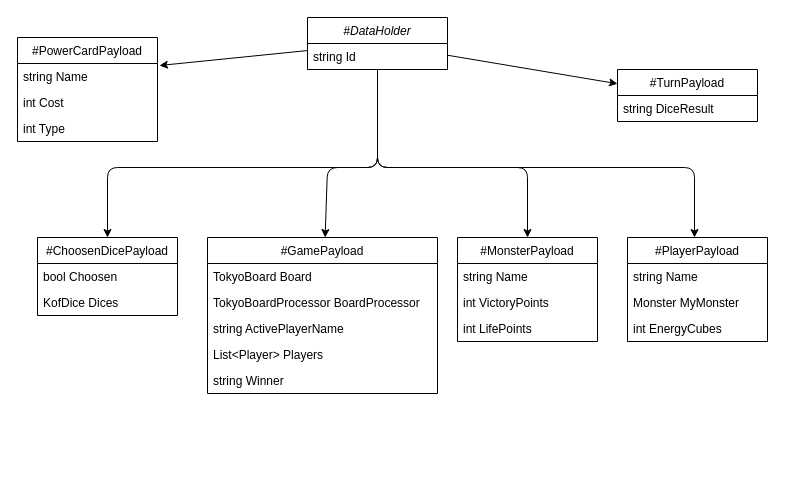
The draw.io diagram KOF/Game/ModelsPayload.dio in fjprog102/latamat02, before the edit. Source tidied: cells renumbered, new cells numbered last; positions are measured from the earlier drawing's top-left corner, leaving out a move shared by most shapes. Both pictures are drawn from the tidied source at 100%, with x=0, y=0 at pixel (17, 17).
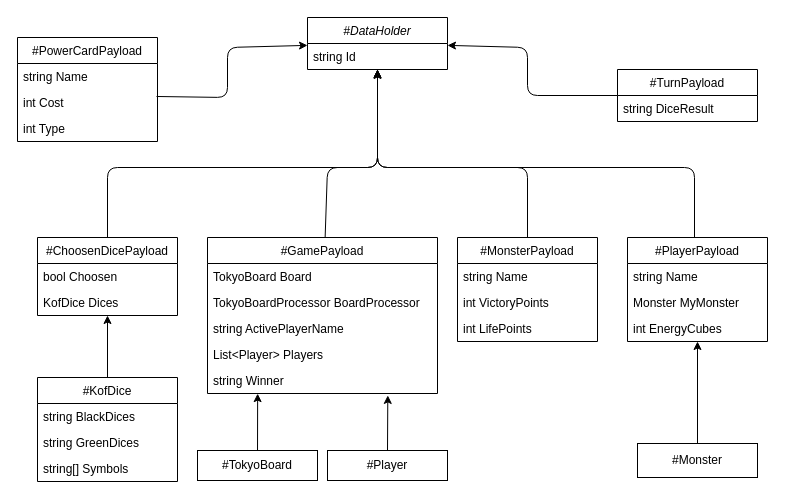
The same diagram, later.

Commit message (it also covers changes not shown here):
Added changes to ModelsPayload diagram to add assiciate classes

Unchanged cells that the change refers to:
```xml
<mxCell id="8" value="#DataHolder" style="swimlane;fontStyle=2;horizontal=1;startSize=26;fillColor=none;" parent="1" vertex="1">
  <mxGeometry x="290" width="140" height="52" as="geometry" />
</mxCell>
<mxCell id="10" value="#ChoosenDicePayload" style="swimlane;fontStyle=0;horizontal=1;startSize=26;fillColor=none;" parent="1" vertex="1">
  <mxGeometry x="20" y="220" width="140" height="78" as="geometry" />
</mxCell>
<mxCell id="13" value="#GamePayload" style="swimlane;fontStyle=0;horizontal=1;startSize=26;fillColor=none;" parent="1" vertex="1">
  <mxGeometry x="190" y="220" width="230" height="156" as="geometry" />
</mxCell>
<mxCell id="18" value="string Winner" style="text;strokeColor=none;fillColor=none;align=left;verticalAlign=top;spacingLeft=4;spacingRight=4;overflow=hidden;points=[[0,0.5],[1,0.5]];portConstraint=eastwest;" parent="13" vertex="1">
  <mxGeometry y="130" width="230" height="26" as="geometry" />
</mxCell>
<mxCell id="19" value="#MonsterPayload" style="swimlane;fontStyle=0;horizontal=1;startSize=26;fillColor=none;" parent="1" vertex="1">
  <mxGeometry x="440" y="220" width="140" height="104" as="geometry" />
</mxCell>
<mxCell id="23" value="#PlayerPayload" style="swimlane;fontStyle=0;horizontal=1;startSize=26;fillColor=none;" parent="1" vertex="1">
  <mxGeometry x="610" y="220" width="140" height="104" as="geometry" />
</mxCell>
<mxCell id="28" value="string Name" style="text;strokeColor=none;fillColor=none;align=left;verticalAlign=top;spacingLeft=4;spacingRight=4;overflow=hidden;points=[[0,0.5],[1,0.5]];portConstraint=eastwest;" parent="27" vertex="1">
  <mxGeometry y="26" width="140" height="26" as="geometry" />
</mxCell>
<mxCell id="29" value="int Cost" style="text;strokeColor=none;fillColor=none;align=left;verticalAlign=top;spacingLeft=4;spacingRight=4;overflow=hidden;points=[[0,0.5],[1,0.5]];portConstraint=eastwest;" parent="27" vertex="1">
  <mxGeometry y="52" width="140" height="26" as="geometry" />
</mxCell>
<mxCell id="31" value="#TurnPayload" style="swimlane;fontStyle=0;horizontal=1;startSize=26;fillColor=none;" parent="1" vertex="1">
  <mxGeometry x="600" y="52" width="140" height="52" as="geometry" />
</mxCell>
```

What changed in the source:
```diff
@@
-    <mxCell id="2" style="edgeStyle=none;html=1;entryX=0.5;entryY=0;entryDx=0;entryDy=0;" parent="1" edge="1" source="8" target="10">
+    <mxCell id="2" style="edgeStyle=none;html=1;entryX=0.5;entryY=0;entryDx=0;entryDy=0;startArrow=classic;startFill=1;endArrow=none;endFill=0;" parent="1" edge="1" source="8" target="10">
       <mxGeometry relative="1" as="geometry">
         <Array as="points">
           <mxPoint x="360" y="150" />
           <mxPoint x="90" y="150" />
         </Array>
       </mxGeometry>
     </mxCell>
-    <mxCell id="3" style="edgeStyle=none;html=1;" parent="1" edge="1" source="8" target="13">
+    <mxCell id="3" style="edgeStyle=none;html=1;startArrow=classic;startFill=1;endArrow=none;endFill=0;" parent="1" edge="1" source="8" target="13">
       <mxGeometry relative="1" as="geometry">
         <Array as="points">
           <mxPoint x="360" y="150" />
           <mxPoint x="310" y="150" />
         </Array>
       </mxGeometry>
     </mxCell>
-    <mxCell id="4" style="edgeStyle=none;html=1;entryX=0.5;entryY=0;entryDx=0;entryDy=0;" parent="1" edge="1" source="8" target="19">
+    <mxCell id="4" style="edgeStyle=none;html=1;entryX=0.5;entryY=0;entryDx=0;entryDy=0;startArrow=classic;startFill=1;endArrow=none;endFill=0;" parent="1" edge="1" source="8" target="19">
       <mxGeometry relative="1" as="geometry">
         <Array as="points">
           <mxPoint x="360" y="150" />
           <mxPoint x="510" y="150" />
         </Array>
       </mxGeometry>
     </mxCell>
-    <mxCell id="5" style="edgeStyle=none;html=1;" parent="1" edge="1">
+    <mxCell id="5" style="edgeStyle=none;html=1;startArrow=classic;startFill=1;endArrow=none;endFill=0;" parent="1" edge="1">
       <mxGeometry relative="1" as="geometry">
         <mxPoint x="360" y="53" as="sourcePoint" />
         <mxPoint x="677" y="220" as="targetPoint" />
         <Array as="points">
           <mxPoint x="360" y="150" />
           <mxPoint x="677" y="150" />
         </Array>
       </mxGeometry>
     </mxCell>
-    <mxCell id="6" style="edgeStyle=none;html=1;entryX=1.014;entryY=0.077;entryDx=0;entryDy=0;entryPerimeter=0;" parent="1" edge="1" source="8" target="28">
-      <mxGeometry relative="1" as="geometry" />
+    <mxCell id="6" style="edgeStyle=none;html=1;entryX=0.993;entryY=0.269;entryDx=0;entryDy=0;startArrow=classic;startFill=1;endArrow=none;endFill=0;entryPerimeter=0;" parent="1" edge="1" source="8" target="29">
+      <mxGeometry relative="1" as="geometry">
+        <Array as="points">
+          <mxPoint x="210" y="30" />
+          <mxPoint x="210" y="80" />
+        </Array>
+      </mxGeometry>
     </mxCell>
-    <mxCell id="7" style="edgeStyle=none;html=1;" parent="1" edge="1" source="8" target="31">
-      <mxGeometry relative="1" as="geometry" />
+    <mxCell id="7" style="edgeStyle=none;html=1;startArrow=classic;startFill=1;endArrow=none;endFill=0;" parent="1" edge="1" source="8" target="31">
+      <mxGeometry relative="1" as="geometry">
+        <Array as="points">
+          <mxPoint x="510" y="30" />
+          <mxPoint x="510" y="78" />
+        </Array>
+      </mxGeometry>
     </mxCell>
@@
+    <mxCell id="33" style="edgeStyle=none;html=1;startArrow=classic;startFill=1;endArrow=none;endFill=0;" parent="1" edge="1" source="10" target="36">
+      <mxGeometry relative="1" as="geometry" />
+    </mxCell>
@@
+    <mxCell id="34" style="edgeStyle=none;html=1;exitX=0.218;exitY=1.004;exitDx=0;exitDy=0;exitPerimeter=0;startArrow=classic;startFill=1;endArrow=none;endFill=0;" parent="1" edge="1" source="18" target="40">
+      <mxGeometry relative="1" as="geometry" />
+    </mxCell>
@@
+    <mxCell id="35" style="edgeStyle=none;html=1;startArrow=classic;startFill=1;endArrow=none;endFill=0;" parent="1" edge="1" source="23" target="43">
+      <mxGeometry relative="1" as="geometry" />
+    </mxCell>
@@
+    <mxCell id="36" value="#KofDice" style="swimlane;fontStyle=0;horizontal=1;startSize=26;fillColor=none;" parent="1" vertex="1">
+      <mxGeometry x="20" y="360" width="140" height="104" as="geometry" />
+    </mxCell>
+    <mxCell id="37" value="string BlackDices" style="text;strokeColor=none;fillColor=none;align=left;verticalAlign=top;spacingLeft=4;spacingRight=4;overflow=hidden;" parent="36" vertex="1">
+      <mxGeometry y="26" width="140" height="26" as="geometry" />
+    </mxCell>
+    <mxCell id="38" value="string GreenDices" style="text;strokeColor=none;fillColor=none;align=left;verticalAlign=top;spacingLeft=4;spacingRight=4;overflow=hidden;" parent="36" vertex="1">
+      <mxGeometry y="52" width="140" height="26" as="geometry" />
+    </mxCell>
+    <mxCell id="39" value="string[] Symbols" style="text;strokeColor=none;fillColor=none;align=left;verticalAlign=top;spacingLeft=4;spacingRight=4;overflow=hidden;" parent="36" vertex="1">
+      <mxGeometry y="78" width="140" height="26" as="geometry" />
+    </mxCell>
+    <mxCell id="40" value="#TokyoBoard" style="whiteSpace=wrap;html=1;fillColor=none;fontStyle=0;startSize=26;" parent="1" vertex="1">
+      <mxGeometry x="180" y="433" width="120" height="30" as="geometry" />
+    </mxCell>
+    <mxCell id="41" style="edgeStyle=none;html=1;exitX=0.5;exitY=0;exitDx=0;exitDy=0;entryX=0.784;entryY=1.074;entryDx=0;entryDy=0;entryPerimeter=0;" parent="1" edge="1" source="42" target="18">
+      <mxGeometry relative="1" as="geometry" />
+    </mxCell>
+    <mxCell id="42" value="#Player" style="whiteSpace=wrap;html=1;fillColor=none;fontStyle=0;startSize=26;" parent="1" vertex="1">
+      <mxGeometry x="310" y="433" width="120" height="30" as="geometry" />
+    </mxCell>
+    <mxCell id="43" value="#Monster" style="whiteSpace=wrap;html=1;fillColor=none;fontStyle=0;startSize=26;" parent="1" vertex="1">
+      <mxGeometry x="620" y="426" width="120" height="34" as="geometry" />
+    </mxCell>
```
